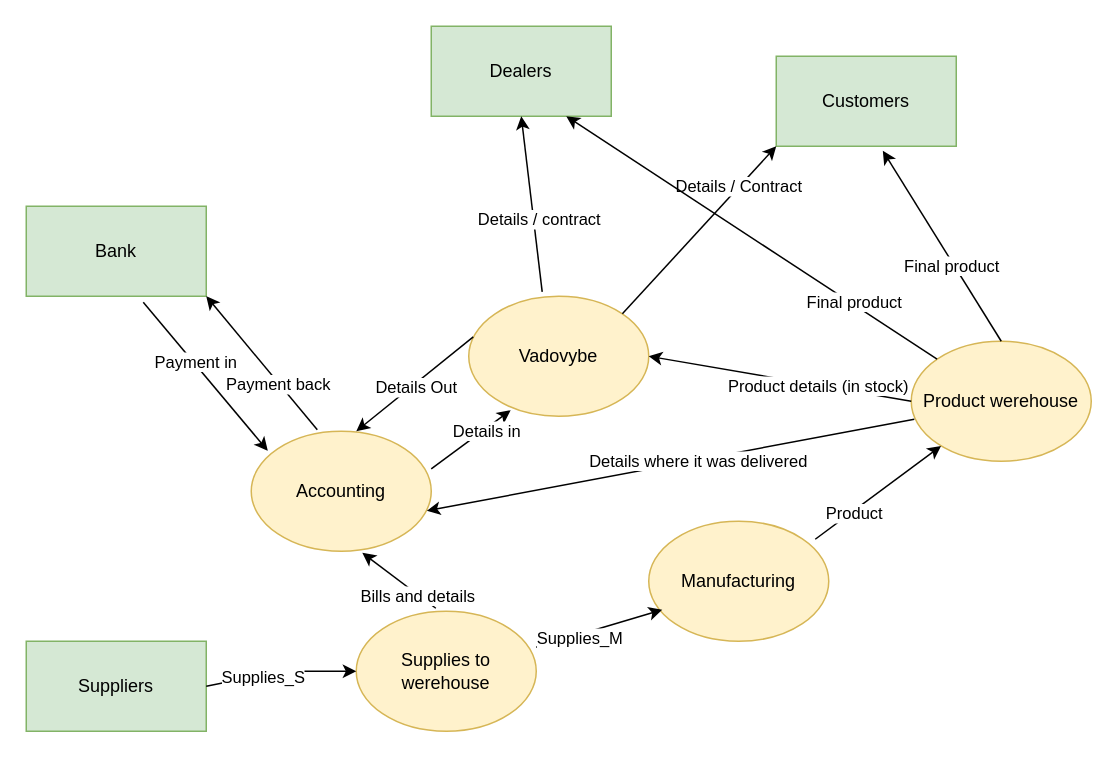
Above: Untitled Diagram.drawio in combatants7/Win (draw.io), before the change. Source tidied: cells renumbered, new cells numbered last; positions are measured from the earlier drawing's top-left corner, leaving out a move shared by most shapes. Both pictures are drawn from the tidied source at 150%, with x=0, y=0 at pixel (26, 26).
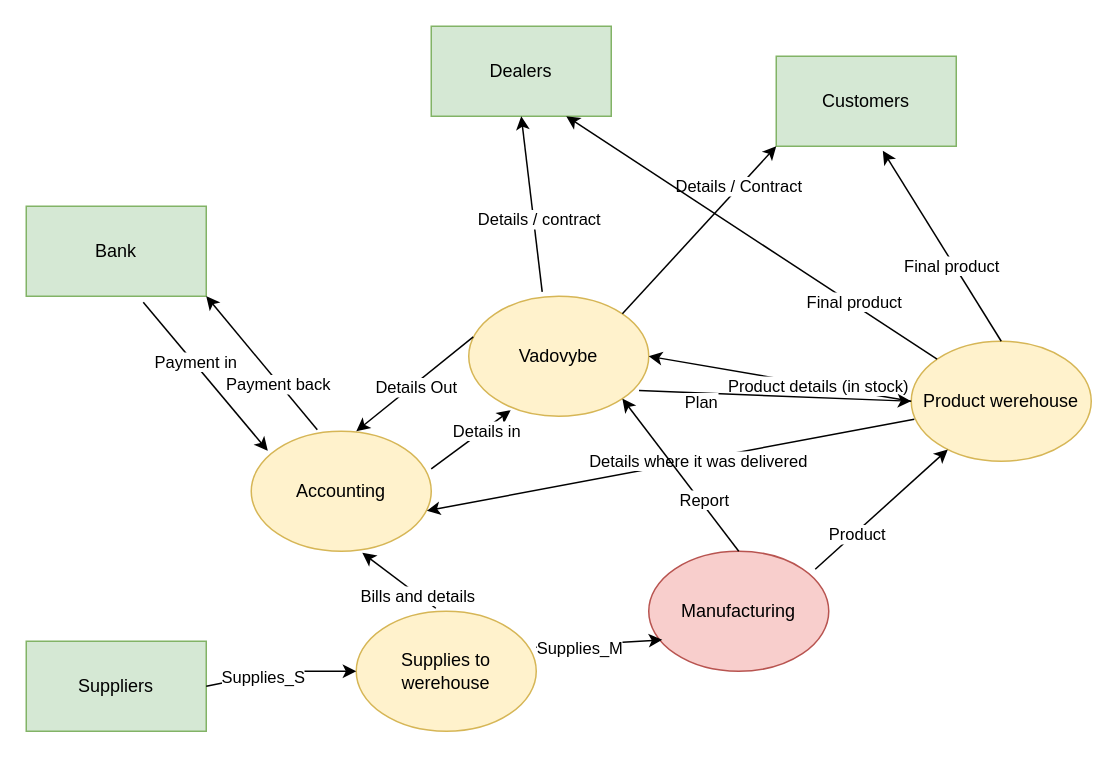
Above is the later version.

The change refers to these unchanged cells:
```xml
<mxCell id="2" value="Vadovybe" style="ellipse;whiteSpace=wrap;html=1;fillColor=#fff2cc;strokeColor=#d6b656;" parent="1" vertex="1">
  <mxGeometry x="295" y="180" width="120" height="80" as="geometry" />
</mxCell>
```

What changed in the source:
```diff
@@
-    <mxCell id="9" value="Manufacturing" style="ellipse;whiteSpace=wrap;html=1;fillColor=#fff2cc;strokeColor=#d6b656;" parent="1" vertex="1">
-      <mxGeometry x="415" y="330" width="120" height="80" as="geometry" />
+    <mxCell id="9" value="Manufacturing" style="ellipse;whiteSpace=wrap;html=1;fillColor=#f8cecc;strokeColor=#b85450;" parent="1" vertex="1">
+      <mxGeometry x="415" y="350" width="120" height="80" as="geometry" />
     </mxCell>
@@
+    <mxCell id="39" style="endArrow=classic;html=1;entryX=1;entryY=1;entryDx=0;entryDy=0;exitX=0.5;exitY=0;exitDx=0;exitDy=0;" parent="1" edge="1" source="9" target="2">
+      <mxGeometry relative="1" as="geometry" />
+    </mxCell>
+    <mxCell id="40" value="Report" style="edgeLabel;html=1;align=center;verticalAlign=middle;" parent="39" vertex="1">
+      <mxGeometry x="-0.34" y="-2" relative="1" as="geometry" />
+    </mxCell>
+    <mxCell id="41" style="endArrow=classic;html=1;exitX=0.946;exitY=0.786;exitDx=0;exitDy=0;exitPerimeter=0;" parent="1" edge="1" source="2">
+      <mxGeometry relative="1" as="geometry">
+        <mxPoint x="590" y="250" as="targetPoint" />
+      </mxGeometry>
+    </mxCell>
+    <mxCell id="42" value="Plan" style="edgeLabel;html=1;align=center;verticalAlign=middle;" parent="41" vertex="1">
+      <mxGeometry x="-0.46" relative="1" as="geometry">
+        <mxPoint x="-7.5" y="5.2" as="offset" />
+      </mxGeometry>
+    </mxCell>
```
